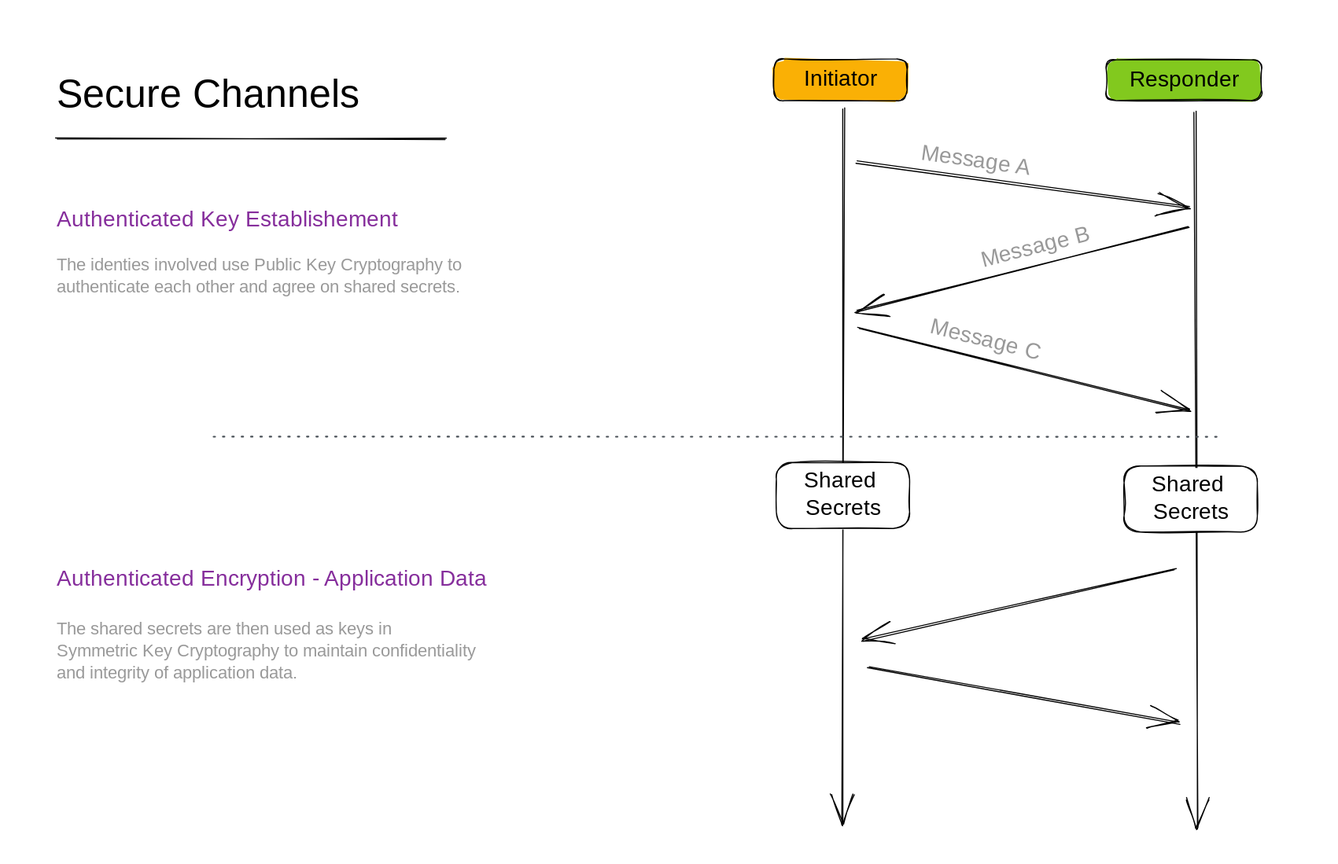
Earlier version of the Excalidraw export .gitbook/assets/file.excalidraw (4).svg (build-trust/ockam-documentation). Source tidied: one line per element, renumbered; positions are measured from the earlier drawing's top-left corner, leaving out a move shared by most shapes.
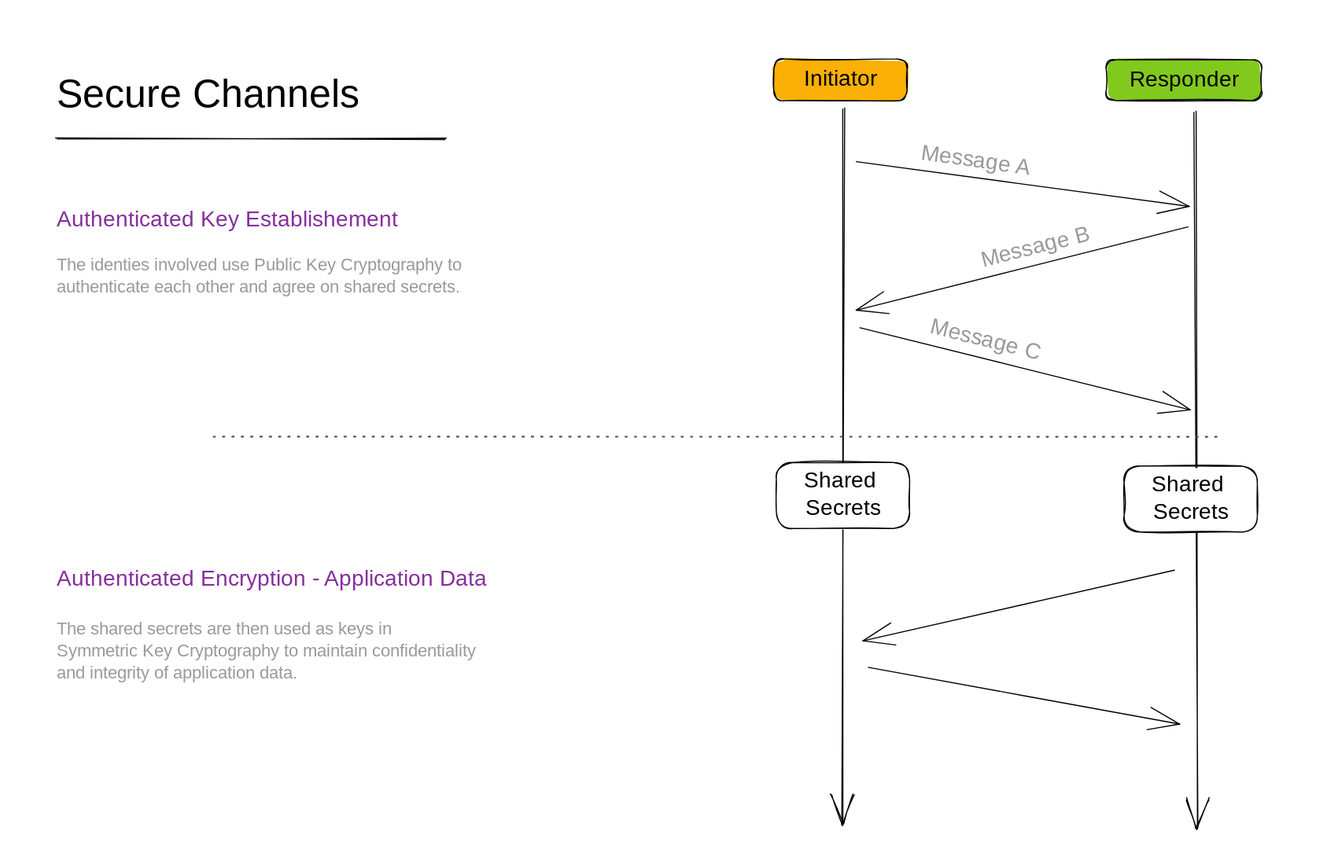
Above is the later version.

Commit message:
GITBOOK-1206: change request with no subject merged in GitBook

What changed in the source:
```diff
@@ -5,10 +5,10 @@
 {"id": 4, "type": "text", "text": "Responder", "strokeColor": "#000000", "strokeWidth": 1, "roughness": 1, "fontSize": 20, "fontFamily": 1, "textAlign": "center", "verticalAlign": "middle", "inside": 3, "x": 1016, "y": 50, "width": 99, "height": 25}
 {"id": 5, "type": "arrow", "strokeColor": "#000000", "strokeWidth": 1, "roughness": 1, "endArrowhead": "arrow", "round": true, "from": 1, "x": 756, "y": 89, "width": 1, "height": 649, "points": [[0, 0], [-1, 649]]}
 {"id": 6, "type": "arrow", "strokeColor": "#000000", "strokeWidth": 1, "roughness": 1, "endArrowhead": "arrow", "round": true, "from": 3, "x": 1075, "y": 92, "width": 2, "height": 651, "points": [[0, 0], [2, 651]]}
-{"id": 7, "type": "arrow", "strokeColor": "#000000", "strokeWidth": 1, "roughness": 1, "endArrowhead": "arrow", "round": true, "x": 768, "y": 137, "width": 302, "height": 41, "points": [[0, 0], [302, 41]]}
+{"id": 7, "type": "arrow", "strokeColor": "#000000", "strokeWidth": 1, "roughness": 0, "endArrowhead": "arrow", "round": true, "x": 768, "y": 137, "width": 302, "height": 41, "points": [[0, 0], [302, 41]]}
-{"id": 8, "type": "arrow", "strokeColor": "#000000", "strokeWidth": 1, "roughness": 1, "endArrowhead": "arrow", "round": true, "x": 1069, "y": 196, "width": 301, "height": 76, "points": [[0, 0], [-301, 76]]}
+{"id": 8, "type": "arrow", "strokeColor": "#000000", "strokeWidth": 1, "roughness": 0, "endArrowhead": "arrow", "round": true, "x": 1069, "y": 196, "width": 301, "height": 76, "points": [[0, 0], [-301, 76]]}
-{"id": 9, "type": "arrow", "strokeColor": "#000000", "strokeWidth": 1, "roughness": 1, "endArrowhead": "arrow", "round": true, "x": 771, "y": 288, "width": 300, "height": 75, "points": [[0, 0], [300, 75]]}
+{"id": 9, "type": "arrow", "strokeColor": "#000000", "strokeWidth": 1, "roughness": 0, "endArrowhead": "arrow", "round": true, "x": 771, "y": 288, "width": 300, "height": 75, "points": [[0, 0], [300, 75]]}
-{"id": 10, "type": "text", "text": "Secure Channels", "strokeColor": "#000000", "backgroundColor": "#82c91e", "fillStyle": "solid", "strokeWidth": 1, "roughness": 1, "fontSize": 36, "fontFamily": 1, "x": 41, "y": 55, "width": 283, "height": 46}
+{"id": 10, "type": "text", "text": "Secure Channels", "strokeColor": "#000000", "backgroundColor": "#82c91e", "fillStyle": "solid", "strokeWidth": 1, "roughness": 1, "fontSize": 36, "fontFamily": 1, "x": 41, "y": 55, "width": 283, "height": 45}
 {"id": 11, "type": "line", "strokeColor": "#495057", "backgroundColor": "#82c91e", "fillStyle": "solid", "strokeWidth": 1, "strokeStyle": "dotted", "roughness": 1, "round": true, "x": 183, "y": 387, "width": 915, "height": 0, "points": [[0, 0], [915, 0]]}
 {"id": 12, "type": "text", "text": "Authenticated Key Establishement", "strokeColor": "#862e9c", "strokeWidth": 1, "roughness": 1, "fontSize": 20, "fontFamily": 1, "x": 41, "y": 178, "width": 338, "height": 25}
 {"id": 13, "type": "text", "text": "Authenticated Encryption - Application Data", "strokeColor": "#862e9c", "strokeWidth": 1, "roughness": 1, "fontSize": 20, "fontFamily": 1, "x": 41, "y": 504, "width": 441, "height": 25}
@@ -22,5 +22,5 @@
 {"id": 21, "type": "rectangle", "strokeColor": "#000000", "backgroundColor": "#fff", "fillStyle": "solid", "strokeWidth": 1, "roughness": 1, "round": true, "x": 1011, "y": 413, "width": 121, "height": 60}
 {"id": 22, "type": "text", "text": "Shared \nSecrets", "strokeColor": "#000000", "strokeWidth": 1, "roughness": 1, "fontSize": 20, "fontFamily": 1, "textAlign": "center", "verticalAlign": "middle", "inside": 21, "x": 1033, "y": 418, "width": 77, "height": 50}
 {"id": 23, "type": "line", "strokeColor": "#000000", "backgroundColor": "#fff", "fillStyle": "hachure", "strokeWidth": 1, "roughness": 1, "round": true, "x": 42, "y": 116, "width": 353, "height": 0, "points": [[0, 0], [353, 0]]}
-{"id": 24, "type": "arrow", "strokeColor": "#000000", "strokeWidth": 1, "roughness": 1, "endArrowhead": "arrow", "round": true, "x": 1057, "y": 508, "width": 283, "height": 64, "points": [[0, 0], [-283, 64]]}
+{"id": 24, "type": "arrow", "strokeColor": "#000000", "strokeWidth": 1, "roughness": 0, "endArrowhead": "arrow", "round": true, "x": 1057, "y": 508, "width": 283, "height": 64, "points": [[0, 0], [-283, 64]]}
-{"id": 25, "type": "arrow", "strokeColor": "#000000", "strokeWidth": 1, "roughness": 1, "endArrowhead": "arrow", "round": true, "x": 779, "y": 596, "width": 283, "height": 52, "points": [[0, 0], [283, 52]]}
+{"id": 25, "type": "arrow", "strokeColor": "#000000", "strokeWidth": 1, "roughness": 0, "endArrowhead": "arrow", "round": true, "x": 779, "y": 596, "width": 283, "height": 52, "points": [[0, 0], [283, 52]]}
```
